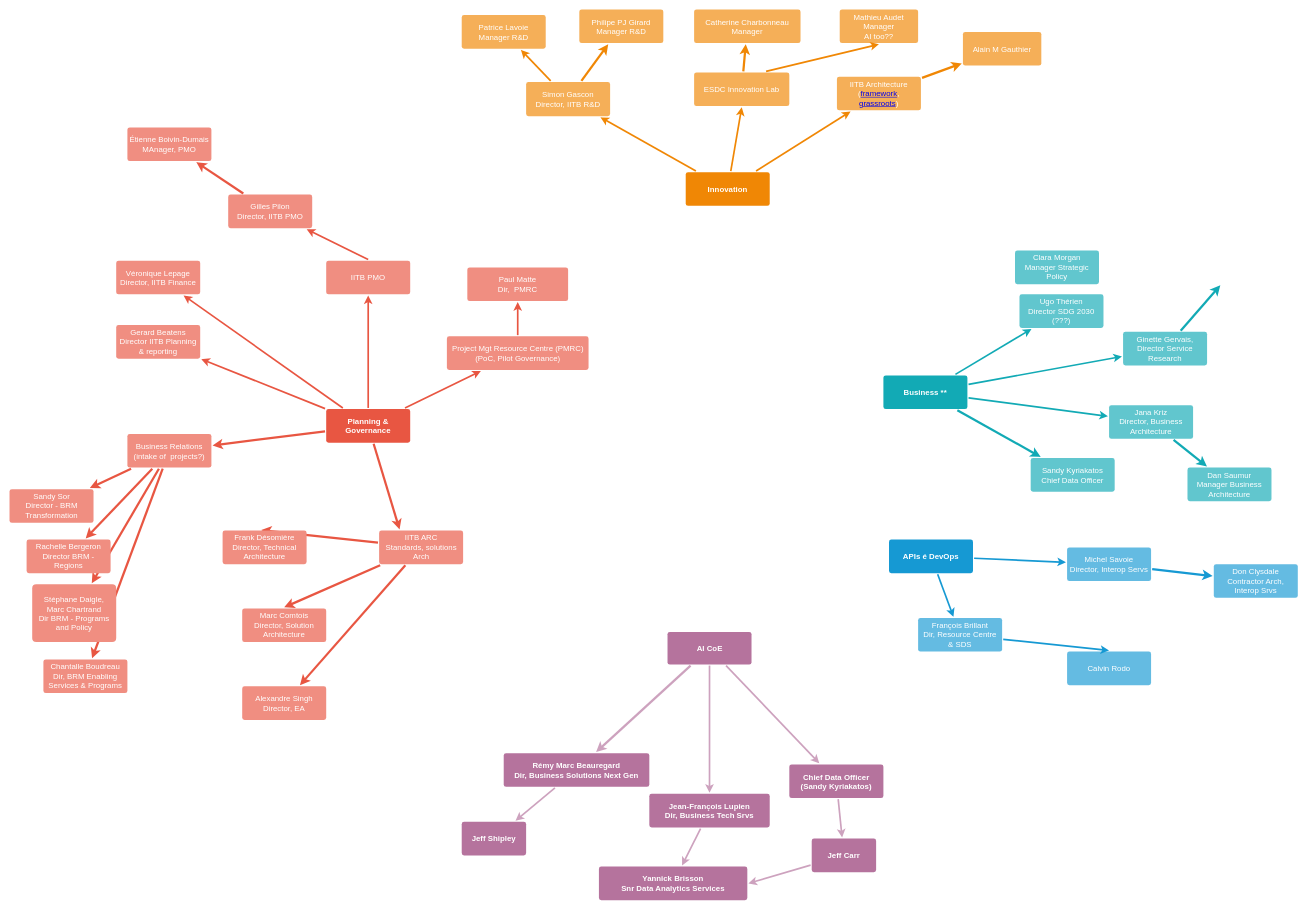
This is ReferenceMaterials/Stakeholder MindMap.drawio from sara-sabr/ITStrategy, a draw.io file, before an edit. Source tidied: cells renumbered, new cells numbered last; positions are measured from the earlier drawing's top-left corner, leaving out a move shared by most shapes. Both pictures are drawn from the tidied source at 56%, with x=0, y=0 at pixel (10, 10).
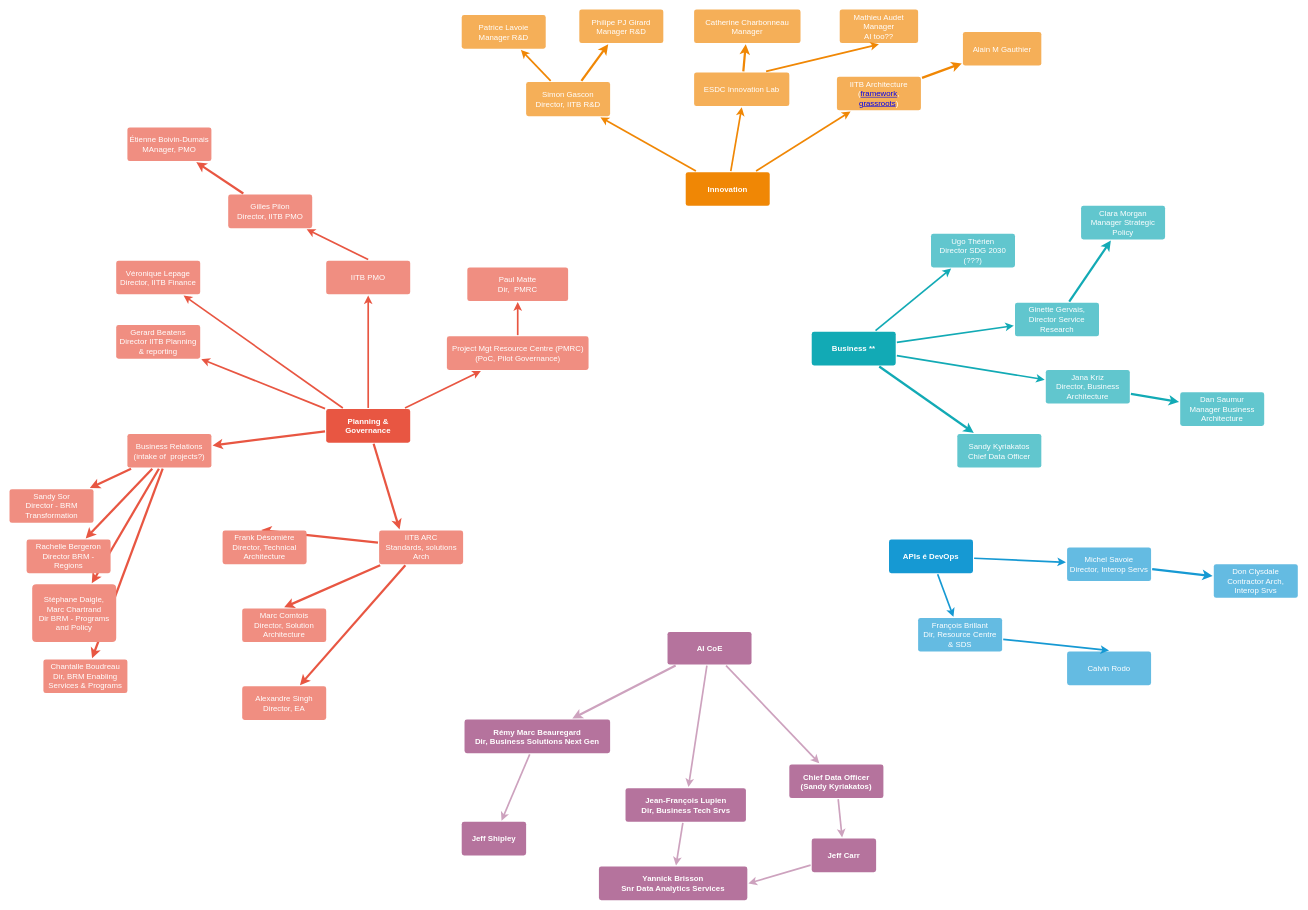
The same diagram, later.

The edit, as a diff of the source:
```diff
@@
     <mxCell id="29" value="Business **" style="rounded=1;whiteSpace=wrap;html=1;shadow=0;labelBackgroundColor=none;strokeColor=none;strokeWidth=3;fillColor=#12aab5;fontFamily=Helvetica;fontSize=14;fontColor=#FFFFFF;align=center;spacing=5;fontStyle=1;arcSize=7;perimeterSpacing=2;" parent="1" vertex="1">
-      <mxGeometry x="1560" y="653" width="150" height="60" as="geometry" />
+      <mxGeometry x="1432" y="575" width="150" height="60" as="geometry" />
     </mxCell>
@@
     <mxCell id="31" value="&lt;div&gt;Jana Kriz&lt;/div&gt;&lt;div&gt;Director, Business Architecture&lt;br&gt;&lt;/div&gt;" style="rounded=1;whiteSpace=wrap;html=1;shadow=0;labelBackgroundColor=none;strokeColor=none;strokeWidth=3;fillColor=#61c6ce;fontFamily=Helvetica;fontSize=14;fontColor=#FFFFFF;align=center;spacing=5;fontStyle=0;arcSize=7;perimeterSpacing=2;" parent="1" vertex="1">
-      <mxGeometry x="1963" y="706" width="150" height="60" as="geometry" />
+      <mxGeometry x="1850" y="643" width="150" height="60" as="geometry" />
     </mxCell>
@@
-    <mxCell id="33" style="edgeStyle=none;rounded=0;jettySize=auto;html=1;strokeColor=#12AAB5;strokeWidth=4;entryX=0.5;entryY=1;entryDx=0;entryDy=0;" parent="1" edge="1" source="34">
-      <mxGeometry relative="1" as="geometry">
-        <mxPoint x="2161.7" y="491.7" as="targetPoint" />
-      </mxGeometry>
+    <mxCell id="33" style="edgeStyle=none;rounded=0;jettySize=auto;html=1;strokeColor=#12AAB5;strokeWidth=4;" parent="1" edge="1" source="34" target="55">
+      <mxGeometry relative="1" as="geometry" />
     </mxCell>
     <mxCell id="34" value="Ginette Gervais, Director Service Research" style="rounded=1;whiteSpace=wrap;html=1;shadow=0;labelBackgroundColor=none;strokeColor=none;strokeWidth=3;fillColor=#61c6ce;fontFamily=Helvetica;fontSize=14;fontColor=#FFFFFF;align=center;spacing=5;fontStyle=0;arcSize=7;perimeterSpacing=2;" parent="1" vertex="1">
-      <mxGeometry x="1988" y="575" width="150" height="60" as="geometry" />
+      <mxGeometry x="1795" y="523" width="150" height="60" as="geometry" />
     </mxCell>
@@
     <mxCell id="36" value="&lt;div&gt;Ugo Thérien&lt;/div&gt;&lt;div&gt;Director SDG 2030 (???)&lt;br&gt;&lt;/div&gt;" style="rounded=1;whiteSpace=wrap;html=1;shadow=0;labelBackgroundColor=none;strokeColor=none;strokeWidth=3;fillColor=#61c6ce;fontFamily=Helvetica;fontSize=14;fontColor=#FFFFFF;align=center;spacing=5;fontStyle=0;arcSize=7;perimeterSpacing=2;" parent="1" vertex="1">
-      <mxGeometry x="1803" y="508" width="150" height="60" as="geometry" />
+      <mxGeometry x="1645" y="400" width="150" height="60" as="geometry" />
     </mxCell>
@@
     <mxCell id="52" value="&lt;div&gt;Dan Saumur&lt;br&gt;&lt;/div&gt;&lt;div&gt;Manager Business Architecture&lt;br&gt;&lt;/div&gt;" style="rounded=1;whiteSpace=wrap;html=1;shadow=0;labelBackgroundColor=none;strokeColor=none;strokeWidth=3;fillColor=#61c6ce;fontFamily=Helvetica;fontSize=14;fontColor=#FFFFFF;align=center;spacing=5;fontStyle=0;arcSize=7;perimeterSpacing=2;" parent="1" vertex="1">
-      <mxGeometry x="2103" y="817.5" width="150" height="60" as="geometry" />
+      <mxGeometry x="2090" y="683" width="150" height="60" as="geometry" />
     </mxCell>
@@
     <mxCell id="55" value="&lt;div&gt;Clara Morgan&lt;/div&gt;&lt;div&gt;Manager Strategic Policy&lt;br&gt;&lt;/div&gt;" style="rounded=1;whiteSpace=wrap;html=1;shadow=0;labelBackgroundColor=none;strokeColor=none;strokeWidth=3;fillColor=#61c6ce;fontFamily=Helvetica;fontSize=14;fontColor=#FFFFFF;align=center;spacing=5;fontStyle=0;arcSize=7;perimeterSpacing=2;" parent="1" vertex="1">
-      <mxGeometry x="1795" y="430" width="150" height="60" as="geometry" />
+      <mxGeometry x="1913" y="350" width="150" height="60" as="geometry" />
     </mxCell>
     <mxCell id="56" value="&lt;div&gt;Sandy Kyriakatos&lt;/div&gt;&lt;div&gt;Chief Data Officer&lt;br&gt;&lt;/div&gt;" style="rounded=1;whiteSpace=wrap;html=1;shadow=0;labelBackgroundColor=none;strokeColor=none;strokeWidth=3;fillColor=#61c6ce;fontFamily=Helvetica;fontSize=14;fontColor=#FFFFFF;align=center;spacing=5;fontStyle=0;arcSize=7;perimeterSpacing=2;" parent="1" vertex="1">
-      <mxGeometry x="1823" y="800.5" width="150" height="60" as="geometry" />
+      <mxGeometry x="1692" y="757.5" width="150" height="60" as="geometry" />
     </mxCell>
@@
     <mxCell id="71" value="&lt;div&gt;Rémy Marc Beauregard&lt;/div&gt;&lt;div&gt;Dir, Business Solutions Next Gen&lt;br&gt;&lt;/div&gt;" style="rounded=1;whiteSpace=wrap;html=1;shadow=0;labelBackgroundColor=none;strokeColor=none;strokeWidth=3;fillColor=#B5739D;fontFamily=Helvetica;fontSize=14;fontColor=#FFFFFF;align=center;spacing=5;fontStyle=1;arcSize=7;perimeterSpacing=2;" parent="1" vertex="1">
-      <mxGeometry x="882" y="1327.5" width="260" height="60" as="geometry" />
+      <mxGeometry x="812" y="1267.5" width="260" height="60" as="geometry" />
     </mxCell>
@@
     <mxCell id="79" value="&lt;div&gt;Jean-François Lupien&lt;/div&gt;&lt;div&gt;Dir, Business Tech Srvs&lt;br&gt;&lt;/div&gt;" style="rounded=1;whiteSpace=wrap;html=1;shadow=0;labelBackgroundColor=none;strokeColor=none;strokeWidth=3;fillColor=#B5739D;fontFamily=Helvetica;fontSize=14;fontColor=#FFFFFF;align=center;spacing=5;fontStyle=1;arcSize=7;perimeterSpacing=2;" parent="1" vertex="1">
-      <mxGeometry x="1142" y="1400" width="215" height="60" as="geometry" />
+      <mxGeometry x="1099.5" y="1390" width="215" height="60" as="geometry" />
     </mxCell>
```
